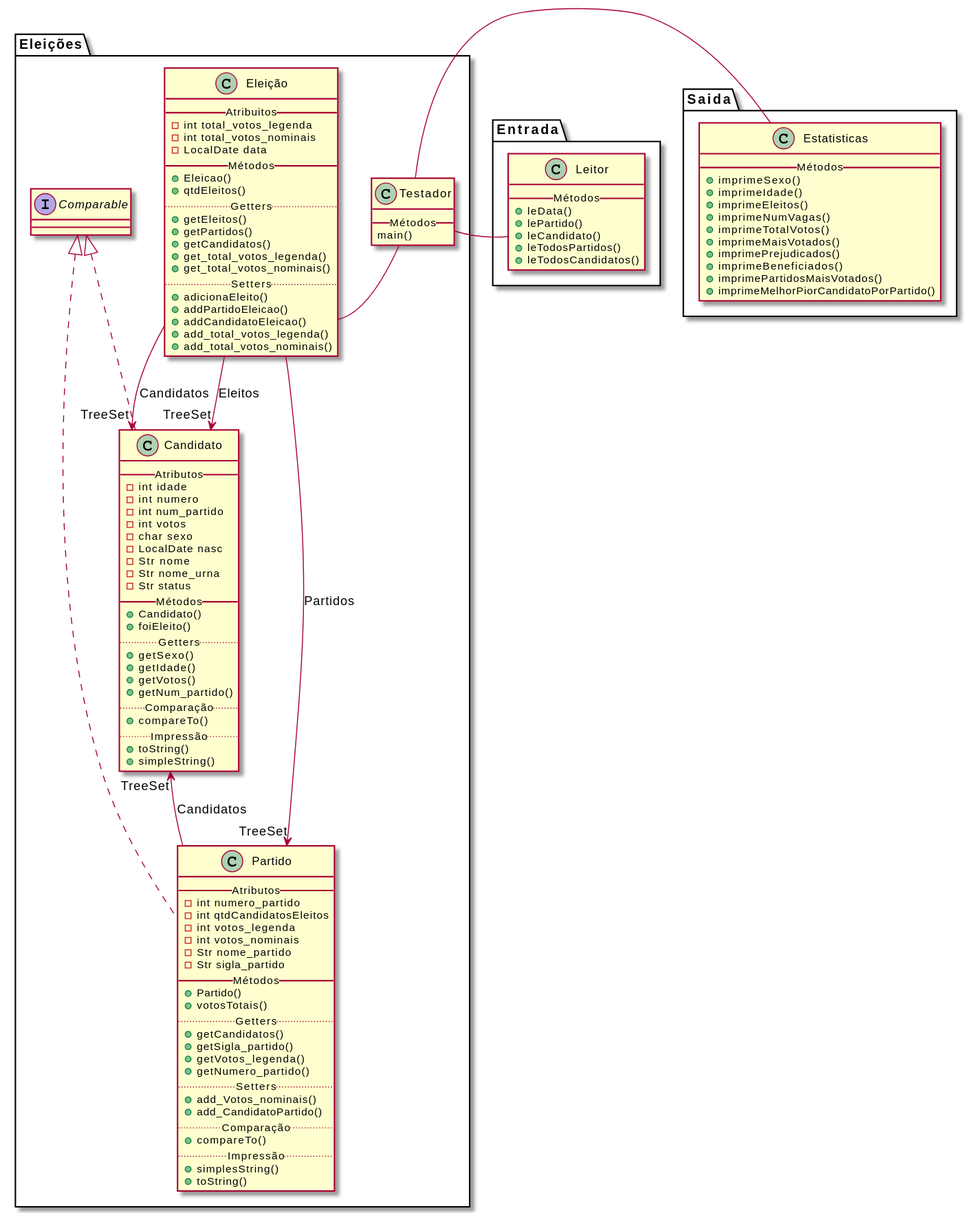
This is UML/UML.svg from F-Azevedo/Prog3-Trabalho1, a PlantUML export, as it was before one commit.
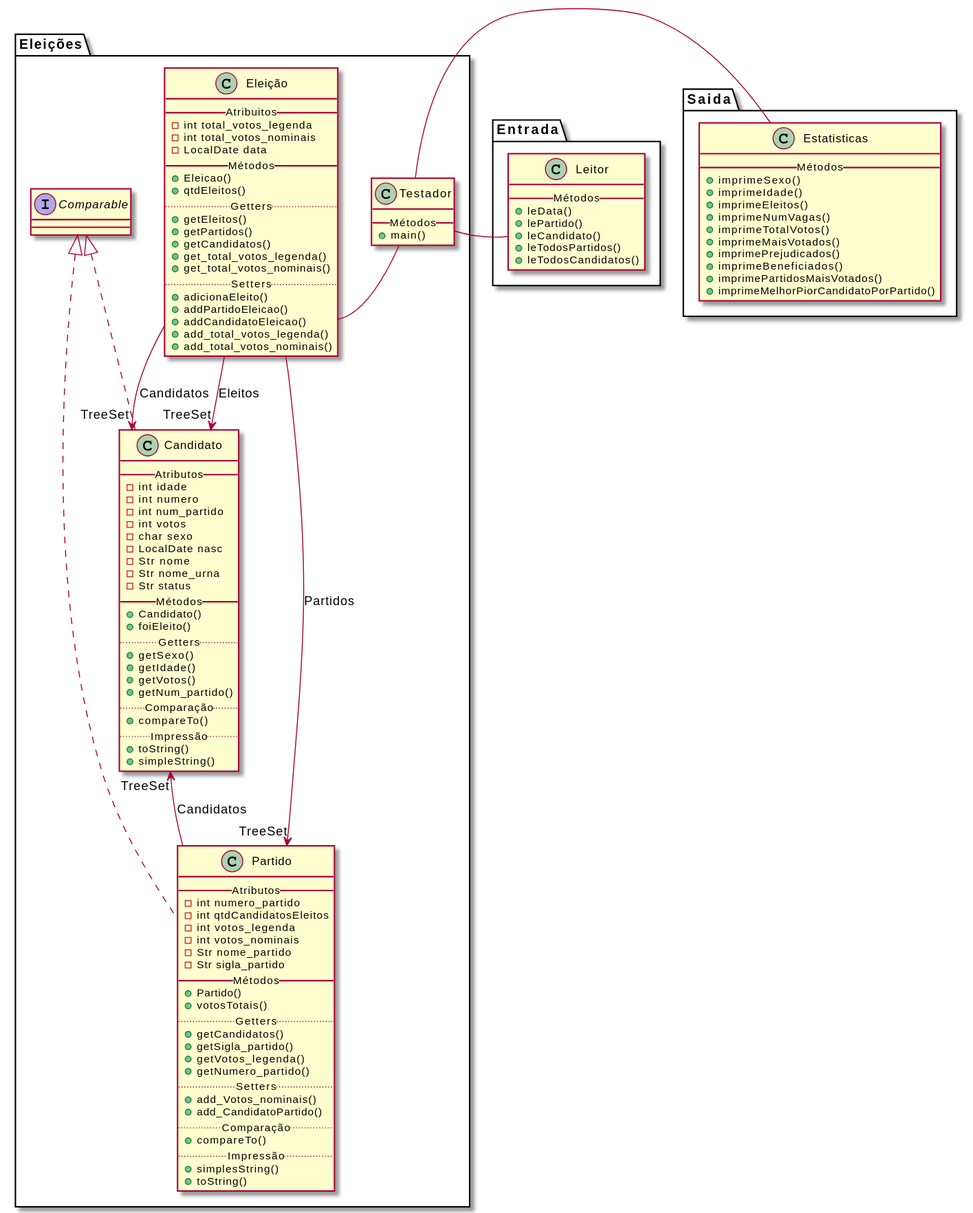
The same file after the commit.

What changed in the source:
```diff
@@ -78,7 +78,7 @@
 
 Class Testador{
 __Métodos__
-main()
++ main()
 }
 
 }
```
